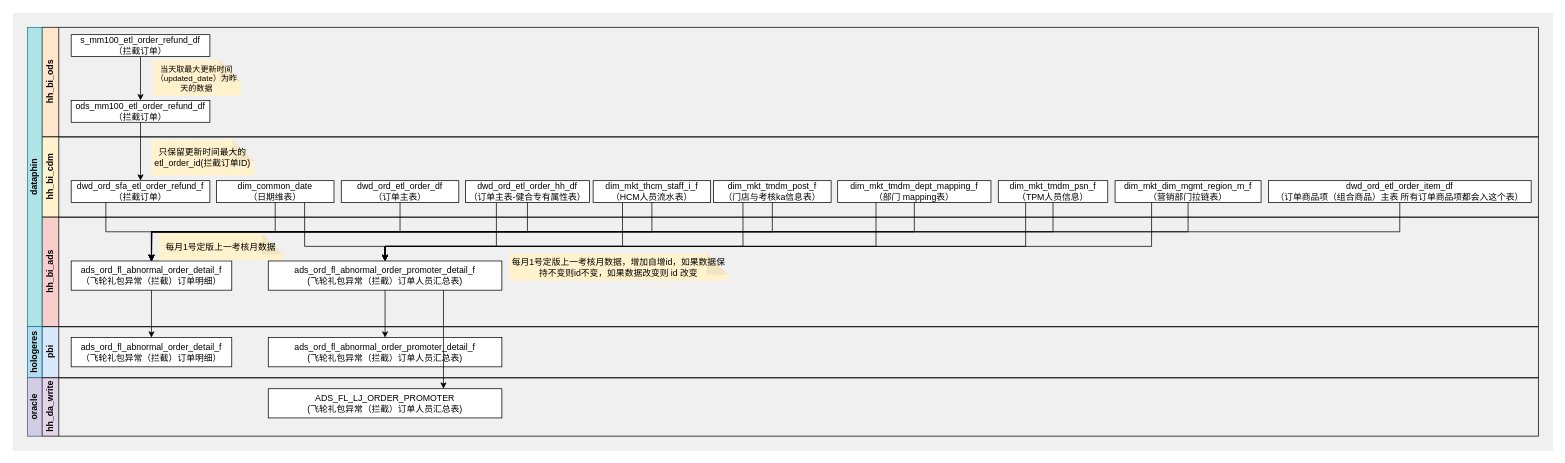
Before: SAW飞轮拦截(新).drawio in ztacode/drawio, a draw.io diagram. Source tidied: cells renumbered, new cells numbered last; positions are measured from the earlier drawing's top-left corner, leaving out a move shared by most shapes. Both pictures are drawn from the tidied source at 73%, with x=0, y=0 at pixel (12, 12).
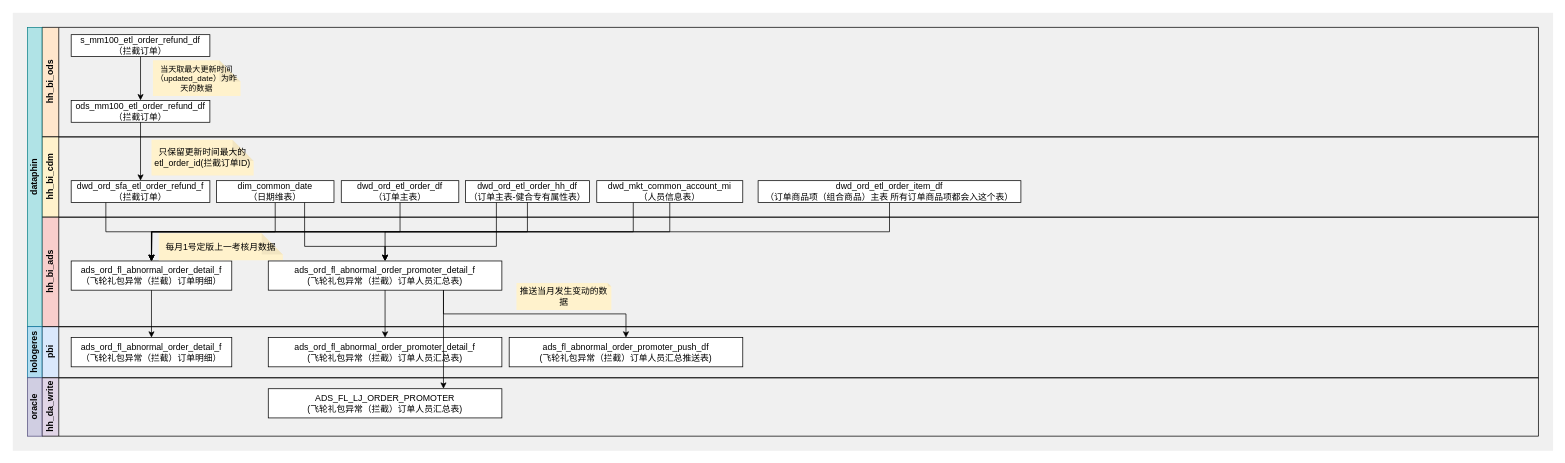
The same diagram, later.

Commit message:
更新SAW飞轮拦截(新).drawio

The change refers to these unchanged cells:
```xml
<mxCell id="8" value="hh_bi_cdm" style="swimlane;horizontal=0;whiteSpace=wrap;html=1;startSize=23;fillColor=#fff2cc;strokeColor=default;" parent="1" vertex="1">
  <mxGeometry x="40" y="170" width="2050" height="110" as="geometry" />
</mxCell>
<mxCell id="22" value="hh_bi_ads" style="swimlane;horizontal=0;whiteSpace=wrap;html=1;startSize=23;fillColor=#f8cecc;strokeColor=default;" parent="1" vertex="1">
  <mxGeometry x="40" y="280" width="2050" height="150" as="geometry" />
</mxCell>
<mxCell id="23" value="ads_ord_fl_abnormal_order_detail_f&lt;br&gt;（飞轮礼包异常（拦截）订单明细）" style="rounded=0;whiteSpace=wrap;html=1;" parent="22" vertex="1">
  <mxGeometry x="40" y="60" width="220" height="40" as="geometry" />
</mxCell>
<mxCell id="25" value="ads_ord_fl_abnormal_order_promoter_detail_f&lt;br&gt;(飞轮礼包异常（拦截）订单人员汇总表)" style="rounded=0;whiteSpace=wrap;html=1;" parent="22" vertex="1">
  <mxGeometry x="310" y="60" width="320" height="40" as="geometry" />
</mxCell>
<mxCell id="43" value="pbi" style="swimlane;horizontal=0;whiteSpace=wrap;html=1;startSize=23;fillColor=#dae8fc;strokeColor=default;" parent="1" vertex="1">
  <mxGeometry x="40" y="430" width="2050" height="70" as="geometry" />
</mxCell>
```

Change to the diagram source:
```diff
@@
-    <mxCell id="16" value="&lt;a name=&quot;OLE_LINK1&quot;&gt;dim_mkt_thcm_staff_i_f&lt;br&gt;（HCM人员流水表）&lt;br&gt;&lt;/a&gt;" style="rounded=0;whiteSpace=wrap;html=1;" parent="8" vertex="1">
-      <mxGeometry x="755" y="60" width="161" height="30" as="geometry" />
-    </mxCell>
-    <mxCell id="17" value="&lt;a name=&quot;OLE_LINK1&quot;&gt;dim_mkt_tmdm_post_f&lt;br&gt;（门店与考核ka信息表）&lt;br&gt;&lt;/a&gt;" style="rounded=0;whiteSpace=wrap;html=1;" parent="8" vertex="1">
-      <mxGeometry x="920" y="60" width="161" height="30" as="geometry" />
-    </mxCell>
-    <mxCell id="18" value="&lt;a name=&quot;OLE_LINK1&quot;&gt;dim_mkt_tmdm_dept_mapping_f&lt;br&gt;（部门 mapping表）&lt;br&gt;&lt;/a&gt;" style="rounded=0;whiteSpace=wrap;html=1;" parent="8" vertex="1">
-      <mxGeometry x="1090" y="60" width="210" height="30" as="geometry" />
-    </mxCell>
-    <mxCell id="19" value="&lt;a name=&quot;OLE_LINK1&quot;&gt;dim_mkt_tmdm_psn_f&lt;br&gt;（TPM人员信息）&lt;br&gt;&lt;/a&gt;" style="rounded=0;whiteSpace=wrap;html=1;" parent="8" vertex="1">
-      <mxGeometry x="1310" y="60" width="150" height="30" as="geometry" />
-    </mxCell>
-    <mxCell id="20" value="&lt;a name=&quot;OLE_LINK1&quot;&gt;dim_mkt_dim_mgmt_region_m_f&lt;br&gt;（营销部门拉链表）&lt;br&gt;&lt;/a&gt;" style="rounded=0;whiteSpace=wrap;html=1;" parent="8" vertex="1">
-      <mxGeometry x="1470" y="60" width="200" height="30" as="geometry" />
-    </mxCell>
+    <mxCell id="54" value="&lt;a name=&quot;OLE_LINK1&quot;&gt;dwd_mkt_common_account_mi&lt;br&gt;（人员信息表）&lt;br&gt;&lt;/a&gt;" style="rounded=0;whiteSpace=wrap;html=1;" parent="8" vertex="1">
+      <mxGeometry x="760" y="60" width="200" height="30" as="geometry" />
+    </mxCell>
@@
-    <mxCell id="26" value="每月1号定版上一考核月数据，增加自增id，如果数据保持不变则id不变，如果数据改变则 id 改变" style="shape=note;whiteSpace=wrap;html=1;backgroundOutline=1;darkOpacity=0.05;noLabel=0;enumerate=0;comic=0;perimeter=rectanglePerimeter;fillOpacity=100;strokeOpacity=100;overflow=visible;fillColor=#fff2cc;strokeColor=none;size=29;" parent="22" vertex="1">
-      <mxGeometry x="640" y="50" width="300" height="37" as="geometry" />
+    <mxCell id="26" value="推送当月发生变动的数据" style="shape=note;whiteSpace=wrap;html=1;backgroundOutline=1;darkOpacity=0.05;noLabel=0;enumerate=0;comic=0;perimeter=rectanglePerimeter;fillOpacity=100;strokeOpacity=100;overflow=visible;fillColor=#fff2cc;strokeColor=none;size=5;" parent="22" vertex="1">
+      <mxGeometry x="650" y="90" width="130" height="37" as="geometry" />
     </mxCell>
@@
-    <mxCell id="29" style="edgeStyle=orthogonalEdgeStyle;rounded=0;jettySize=auto;html=1;exitX=0.5;exitY=1;exitDx=0;exitDy=0;entryX=0.5;entryY=0;entryDx=0;entryDy=0;" parent="1" edge="1" source="16" target="23">
-      <mxGeometry relative="1" as="geometry" />
-    </mxCell>
-    <mxCell id="30" style="edgeStyle=orthogonalEdgeStyle;rounded=0;jettySize=auto;html=1;exitX=0.5;exitY=1;exitDx=0;exitDy=0;entryX=0.5;entryY=0;entryDx=0;entryDy=0;" parent="1" edge="1" source="17" target="23">
-      <mxGeometry relative="1" as="geometry" />
-    </mxCell>
-    <mxCell id="31" style="edgeStyle=orthogonalEdgeStyle;rounded=0;jettySize=auto;html=1;exitX=0.5;exitY=1;exitDx=0;exitDy=0;" parent="1" edge="1" source="18" target="23">
-      <mxGeometry relative="1" as="geometry" />
-    </mxCell>
-    <mxCell id="32" style="edgeStyle=orthogonalEdgeStyle;rounded=0;jettySize=auto;html=1;exitX=0.5;exitY=1;exitDx=0;exitDy=0;entryX=0.5;entryY=0;entryDx=0;entryDy=0;" parent="1" edge="1" source="19" target="23">
-      <mxGeometry relative="1" as="geometry" />
-    </mxCell>
-    <mxCell id="33" style="edgeStyle=orthogonalEdgeStyle;rounded=0;jettySize=auto;html=1;exitX=0.5;exitY=1;exitDx=0;exitDy=0;entryX=0.5;entryY=0;entryDx=0;entryDy=0;" parent="1" edge="1" source="20" target="23">
-      <mxGeometry relative="1" as="geometry" />
-    </mxCell>
@@
     <mxCell id="35" value="dwd_ord_etl_order_item_df&lt;br&gt;（订单商品项（组合商品）主表 所有订单商品项都会入这个表）" style="rounded=0;whiteSpace=wrap;html=1;" parent="1" vertex="1">
-      <mxGeometry x="1720" y="230" width="360" height="30" as="geometry" />
+      <mxGeometry x="1021" y="230" width="360" height="30" as="geometry" />
     </mxCell>
@@
-    <mxCell id="38" style="edgeStyle=orthogonalEdgeStyle;rounded=0;jettySize=auto;html=1;exitX=0.25;exitY=1;exitDx=0;exitDy=0;entryX=0.5;entryY=0;entryDx=0;entryDy=0;" parent="1" edge="1" source="16" target="25">
-      <mxGeometry relative="1" as="geometry">
-        <Array as="points">
-          <mxPoint x="835" y="320" />
-          <mxPoint x="510" y="320" />
-        </Array>
-      </mxGeometry>
-    </mxCell>
-    <mxCell id="39" style="edgeStyle=orthogonalEdgeStyle;rounded=0;jettySize=auto;html=1;exitX=0.25;exitY=1;exitDx=0;exitDy=0;entryX=0.5;entryY=0;entryDx=0;entryDy=0;" parent="1" edge="1" source="18" target="25">
-      <mxGeometry relative="1" as="geometry">
-        <Array as="points">
-          <mxPoint x="1183" y="320" />
-          <mxPoint x="510" y="320" />
-        </Array>
-      </mxGeometry>
-    </mxCell>
-    <mxCell id="40" style="edgeStyle=orthogonalEdgeStyle;rounded=0;jettySize=auto;html=1;exitX=0.25;exitY=1;exitDx=0;exitDy=0;entryX=0.5;entryY=0;entryDx=0;entryDy=0;" parent="1" edge="1" source="19" target="25">
-      <mxGeometry relative="1" as="geometry">
-        <Array as="points">
-          <mxPoint x="1388" y="320" />
-          <mxPoint x="510" y="320" />
-        </Array>
-      </mxGeometry>
-    </mxCell>
-    <mxCell id="41" style="edgeStyle=orthogonalEdgeStyle;rounded=0;jettySize=auto;html=1;exitX=0.25;exitY=1;exitDx=0;exitDy=0;entryX=0.5;entryY=0;entryDx=0;entryDy=0;" parent="1" edge="1" source="17" target="25">
-      <mxGeometry relative="1" as="geometry">
-        <Array as="points">
-          <mxPoint x="1000" y="320" />
-          <mxPoint x="510" y="320" />
-        </Array>
-      </mxGeometry>
-    </mxCell>
-    <mxCell id="42" style="edgeStyle=orthogonalEdgeStyle;rounded=0;jettySize=auto;html=1;exitX=0.25;exitY=1;exitDx=0;exitDy=0;entryX=0.5;entryY=0;entryDx=0;entryDy=0;" parent="1" edge="1" source="20" target="25">
-      <mxGeometry relative="1" as="geometry">
-        <Array as="points">
-          <mxPoint x="1560" y="320" />
-          <mxPoint x="510" y="320" />
-        </Array>
-      </mxGeometry>
-    </mxCell>
@@
+    <mxCell id="55" value="ads_fl_abnormal_order_promoter_push_df&lt;br&gt;&lt;span style=&quot;background-color: initial;&quot;&gt;(飞轮礼包异常（拦截）订单人员汇总推送表)&lt;/span&gt;" style="rounded=0;whiteSpace=wrap;html=1;" parent="43" vertex="1">
+      <mxGeometry x="640" y="15" width="320" height="40" as="geometry" />
+    </mxCell>
@@
+    <mxCell id="56" style="edgeStyle=orthogonalEdgeStyle;rounded=0;jettySize=auto;html=1;exitX=0.25;exitY=1;exitDx=0;exitDy=0;entryX=0.5;entryY=0;entryDx=0;entryDy=0;" parent="1" edge="1" source="54" target="23">
+      <mxGeometry relative="1" as="geometry" />
+    </mxCell>
+    <mxCell id="57" style="edgeStyle=orthogonalEdgeStyle;rounded=0;jettySize=auto;html=1;exitX=0.5;exitY=1;exitDx=0;exitDy=0;" parent="1" edge="1" source="54" target="25">
+      <mxGeometry relative="1" as="geometry" />
+    </mxCell>
+    <mxCell id="58" style="edgeStyle=orthogonalEdgeStyle;rounded=0;jettySize=auto;html=1;exitX=0.75;exitY=1;exitDx=0;exitDy=0;" parent="1" edge="1" source="25" target="55">
+      <mxGeometry relative="1" as="geometry" />
+    </mxCell>
```
